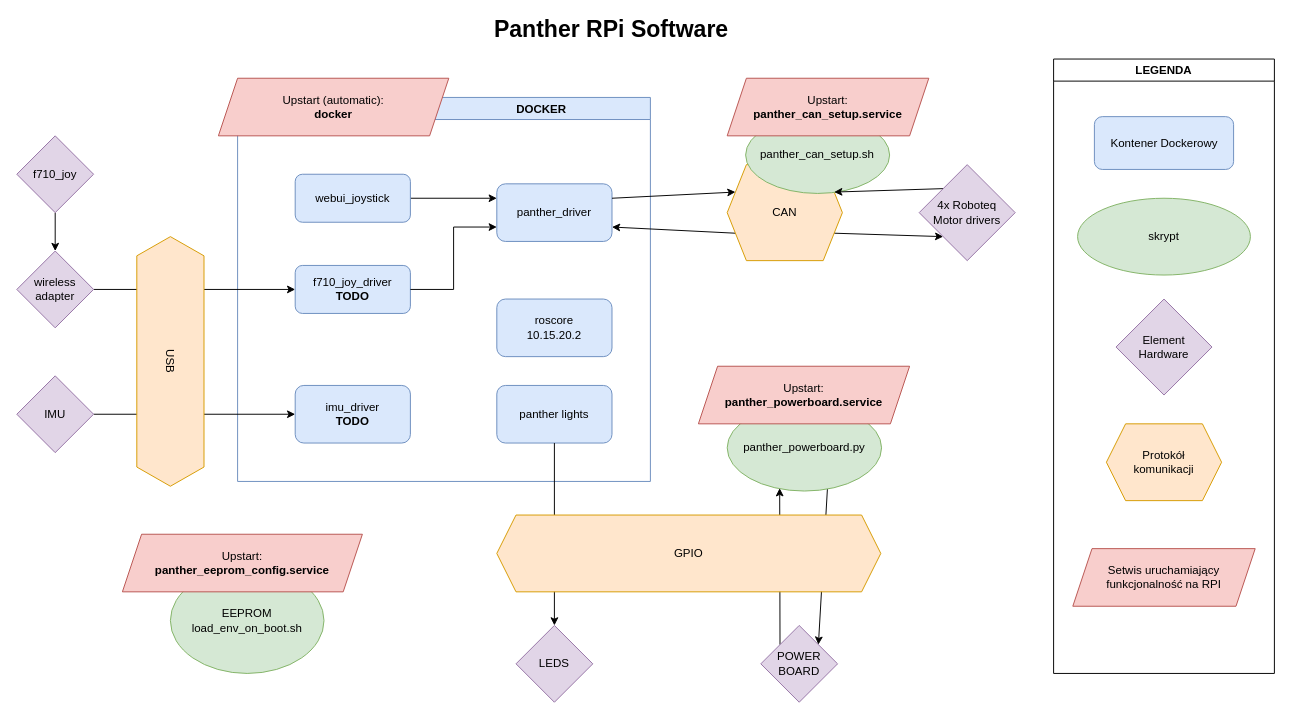
husarion/panther_driver keeps this draw.io diagram as docs/drawio/panther_docker_setup.drawio. Above is the earlier version. Source tidied: cells renumbered, new cells numbered last; positions are measured from the earlier drawing's top-left corner, leaving out a move shared by most shapes. Both pictures are drawn from the tidied source at 96%, with x=0, y=0 at pixel (16, 20).
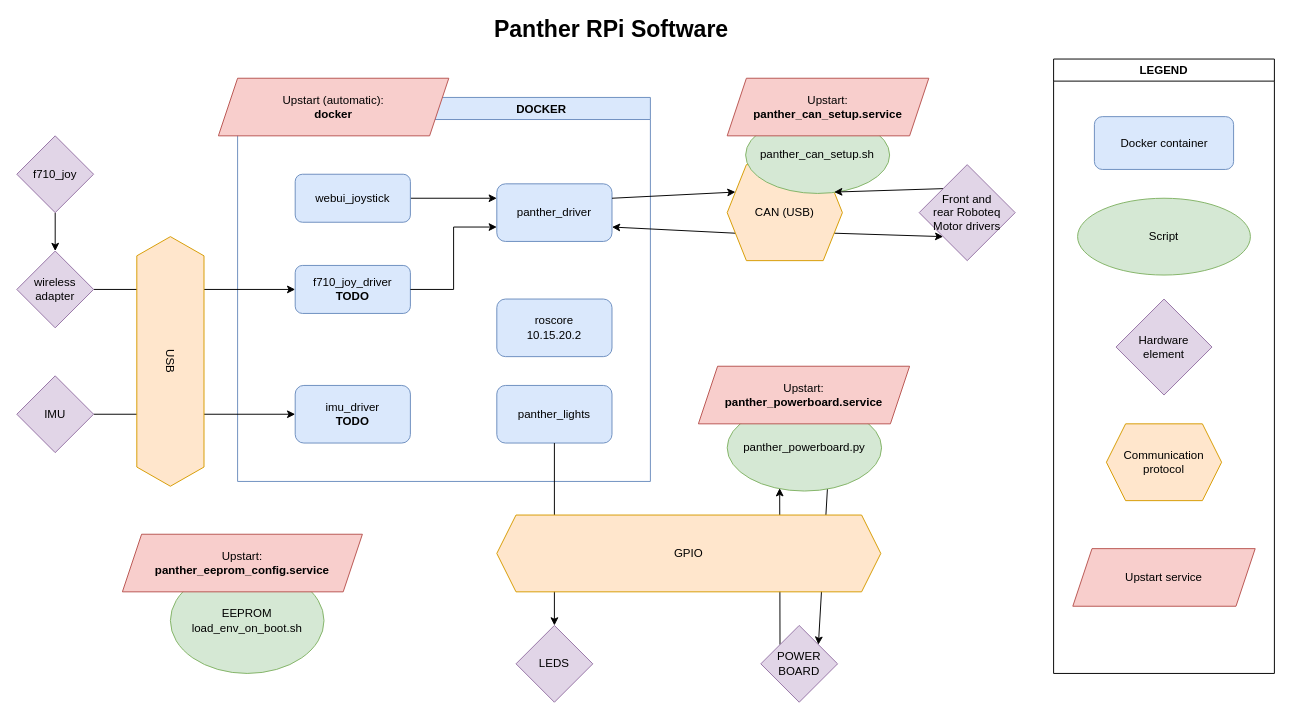
Above is the later version.

Commit message (it also covers changes not shown here):
Documentation of diagram of panther software

The change refers to these unchanged cells:
```xml
<mxCell id="2" value="                                                             DOCKER" style="swimlane;fillColor=#dae8fc;strokeColor=#6c8ebf;" parent="1" vertex="1">
  <mxGeometry x="230" y="80" width="430" height="400" as="geometry" />
</mxCell>
```

Diff of the diagram source:
```diff
@@
-    <mxCell id="5" value="panther lights" style="rounded=1;whiteSpace=wrap;html=1;fillColor=#dae8fc;strokeColor=#6c8ebf;" parent="2" vertex="1">
+    <mxCell id="5" value="panther_lights" style="rounded=1;whiteSpace=wrap;html=1;fillColor=#dae8fc;strokeColor=#6c8ebf;" parent="2" vertex="1">
       <mxGeometry x="270" y="300" width="120" height="60" as="geometry" />
     </mxCell>
@@
-    <mxCell id="17" value="LEGENDA" style="swimlane;" parent="1" vertex="1">
+    <mxCell id="17" value="LEGEND" style="swimlane;startSize=23;" parent="1" vertex="1">
       <mxGeometry x="1080" y="40" width="230" height="640" as="geometry" />
     </mxCell>
-    <mxCell id="18" value="Kontener Dockerowy" style="rounded=1;whiteSpace=wrap;html=1;fillColor=#dae8fc;strokeColor=#6c8ebf;" parent="17" vertex="1">
+    <mxCell id="18" value="Docker container" style="rounded=1;whiteSpace=wrap;html=1;fillColor=#dae8fc;strokeColor=#6c8ebf;" parent="17" vertex="1">
       <mxGeometry x="42.5" y="60" width="145" height="55" as="geometry" />
     </mxCell>
-    <mxCell id="19" value="skrypt" style="ellipse;whiteSpace=wrap;html=1;fillColor=#d5e8d4;strokeColor=#82b366;" parent="17" vertex="1">
+    <mxCell id="19" value="Script" style="ellipse;whiteSpace=wrap;html=1;fillColor=#d5e8d4;strokeColor=#82b366;" parent="17" vertex="1">
       <mxGeometry x="25" y="145" width="180" height="80" as="geometry" />
     </mxCell>
-    <mxCell id="20" value="Element&lt;br&gt;Hardware" style="rhombus;whiteSpace=wrap;html=1;fillColor=#e1d5e7;strokeColor=#9673a6;" parent="17" vertex="1">
+    <mxCell id="20" value="Hardware&lt;br&gt;element" style="rhombus;whiteSpace=wrap;html=1;fillColor=#e1d5e7;strokeColor=#9673a6;" parent="17" vertex="1">
       <mxGeometry x="65" y="250" width="100" height="100" as="geometry" />
     </mxCell>
-    <mxCell id="21" value="Protokół&lt;br&gt;komunikacji" style="shape=hexagon;perimeter=hexagonPerimeter2;whiteSpace=wrap;html=1;fixedSize=1;fillColor=#ffe6cc;strokeColor=#d79b00;" parent="17" vertex="1">
+    <mxCell id="21" value="Communication protocol" style="shape=hexagon;perimeter=hexagonPerimeter2;whiteSpace=wrap;html=1;fixedSize=1;fillColor=#ffe6cc;strokeColor=#d79b00;" parent="17" vertex="1">
       <mxGeometry x="55" y="380" width="120" height="80" as="geometry" />
     </mxCell>
-    <mxCell id="22" value="Setwis uruchamiający &lt;br&gt;funkcjonalność na RPI" style="shape=parallelogram;perimeter=parallelogramPerimeter;whiteSpace=wrap;html=1;fixedSize=1;fillColor=#f8cecc;strokeColor=#b85450;" parent="17" vertex="1">
+    <mxCell id="22" value="Upstart service" style="shape=parallelogram;perimeter=parallelogramPerimeter;whiteSpace=wrap;html=1;fixedSize=1;fillColor=#f8cecc;strokeColor=#b85450;" parent="17" vertex="1">
       <mxGeometry x="20" y="510" width="190" height="60" as="geometry" />
     </mxCell>
@@
-    <mxCell id="33" value="CAN" style="shape=hexagon;perimeter=hexagonPerimeter2;whiteSpace=wrap;html=1;fixedSize=1;rotation=0;fillColor=#ffe6cc;strokeColor=#d79b00;" parent="1" vertex="1">
+    <mxCell id="33" value="CAN (USB)" style="shape=hexagon;perimeter=hexagonPerimeter2;whiteSpace=wrap;html=1;fixedSize=1;rotation=0;fillColor=#ffe6cc;strokeColor=#d79b00;" parent="1" vertex="1">
       <mxGeometry x="740" y="150" width="120" height="100" as="geometry" />
     </mxCell>
@@
-    <mxCell id="37" value="4x Roboteq&lt;br&gt;Motor drivers" style="rhombus;whiteSpace=wrap;html=1;fillColor=#e1d5e7;strokeColor=#9673a6;" parent="1" vertex="1">
+    <mxCell id="37" value="Front and &lt;br&gt;rear Roboteq&lt;br&gt;Motor drivers" style="rhombus;whiteSpace=wrap;html=1;fillColor=#e1d5e7;strokeColor=#9673a6;" parent="1" vertex="1">
       <mxGeometry x="940" y="150" width="100" height="100" as="geometry" />
     </mxCell>
```
